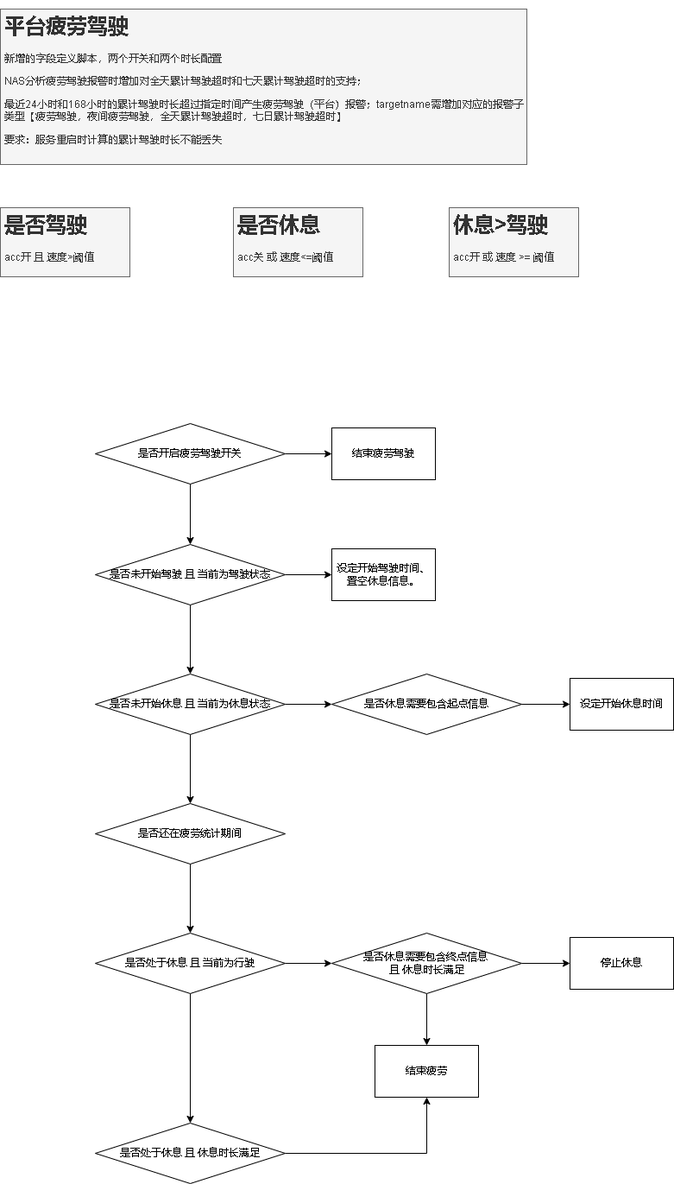
Earlier version of the draw.io export 平台疲劳驾驶.drawio.png (xktder/draw). Source tidied: cells renumbered, new cells last; positions are measured from the earlier drawing's top-left corner, leaving out a move shared by most shapes.
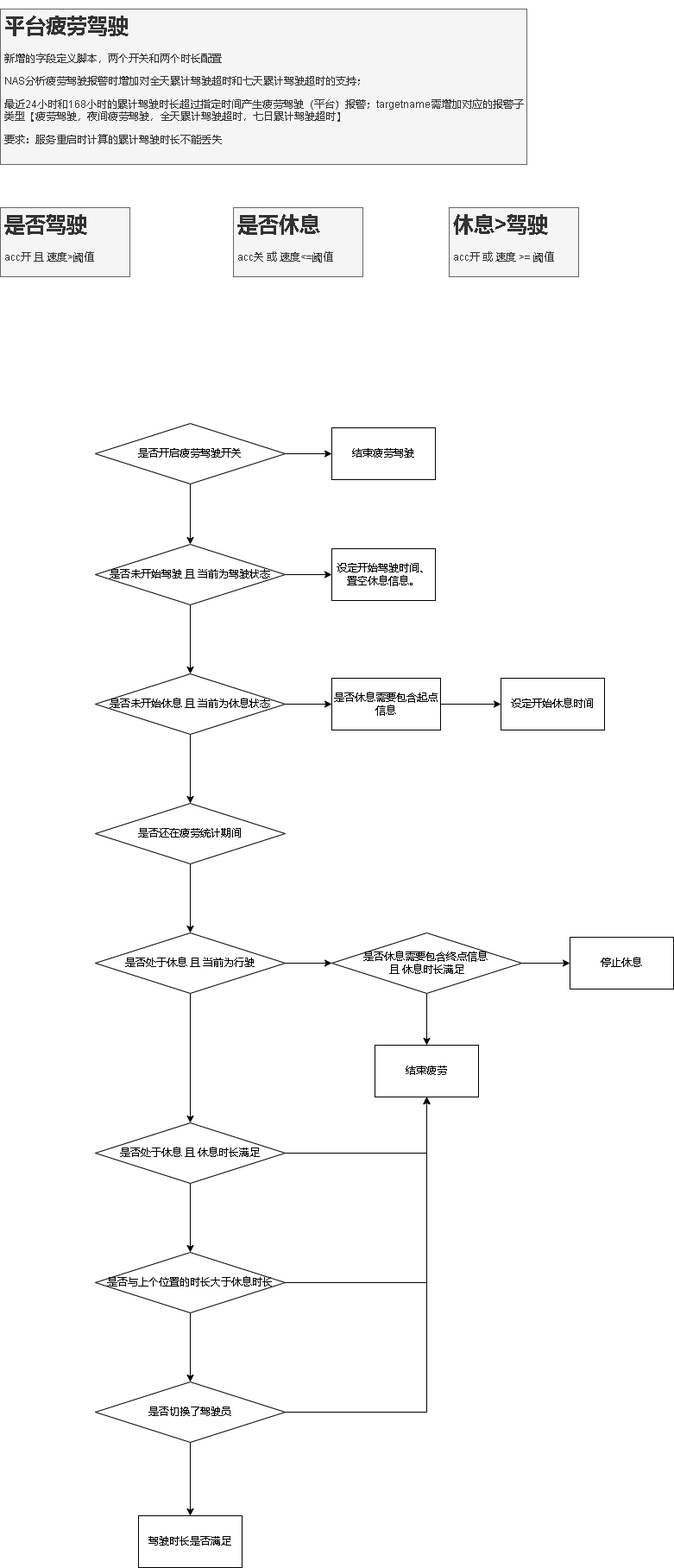
Above is the later version.

Commit message:
更新平台疲劳驾驶.drawio.png

The edit, as a diff of the source:
```diff
@@ -50,11 +50,11 @@
     <mxCell id="17" style="edgeStyle=orthogonalEdgeStyle;rounded=0;jettySize=auto;html=1;" parent="1" edge="1" source="18" target="19">
       <mxGeometry relative="1" as="geometry" />
     </mxCell>
-    <mxCell id="18" value="是否休息需要包含起点信息" style="rhombus;whiteSpace=wrap;html=1;" parent="1" vertex="1">
-      <mxGeometry x="384" y="770" width="220" height="70" as="geometry" />
+    <mxCell id="18" value="是否休息需要包含起点信息" style="rounded=0;whiteSpace=wrap;html=1;fontFamily=Helvetica;fontSize=12;fontColor=default;align=center;strokeColor=default;fillColor=default;" parent="1" vertex="1">
+      <mxGeometry x="384" y="775" width="126" height="60" as="geometry" />
     </mxCell>
     <mxCell id="19" value="设定开始休息时间" style="whiteSpace=wrap;html=1;" parent="1" vertex="1">
-      <mxGeometry x="660" y="775" width="120" height="60" as="geometry" />
+      <mxGeometry x="580" y="775" width="120" height="60" as="geometry" />
     </mxCell>
     <mxCell id="20" style="edgeStyle=orthogonalEdgeStyle;rounded=0;jettySize=auto;html=1;" parent="1" edge="1" source="21" target="24">
       <mxGeometry relative="1" as="geometry" />
@@ -89,8 +89,32 @@
     <mxCell id="30" style="edgeStyle=orthogonalEdgeStyle;rounded=0;jettySize=auto;html=1;entryX=0.5;entryY=1;entryDx=0;entryDy=0;" parent="1" edge="1" source="31" target="28">
       <mxGeometry relative="1" as="geometry" />
     </mxCell>
+    <mxCell id="32" style="edgeStyle=orthogonalEdgeStyle;rounded=0;jettySize=auto;html=1;" parent="1" edge="1" source="31" target="35">
+      <mxGeometry relative="1" as="geometry" />
+    </mxCell>
     <mxCell id="31" value="是否处于休息 且 休息时长满足" style="rhombus;whiteSpace=wrap;html=1;" parent="1" vertex="1">
       <mxGeometry x="110" y="1290" width="220" height="70" as="geometry" />
     </mxCell>
+    <mxCell id="33" style="edgeStyle=orthogonalEdgeStyle;rounded=0;jettySize=auto;html=1;entryX=0.5;entryY=1;entryDx=0;entryDy=0;" parent="1" edge="1" source="35" target="28">
+      <mxGeometry relative="1" as="geometry" />
+    </mxCell>
+    <mxCell id="34" style="edgeStyle=orthogonalEdgeStyle;rounded=0;jettySize=auto;html=1;" parent="1" edge="1" source="35" target="38">
+      <mxGeometry relative="1" as="geometry" />
+    </mxCell>
+    <mxCell id="35" value="是否与上个位置的时长大于休息时长" style="rhombus;whiteSpace=wrap;html=1;" parent="1" vertex="1">
+      <mxGeometry x="110" y="1440" width="220" height="70" as="geometry" />
+    </mxCell>
+    <mxCell id="36" style="edgeStyle=orthogonalEdgeStyle;rounded=0;jettySize=auto;html=1;entryX=0.5;entryY=1;entryDx=0;entryDy=0;" parent="1" edge="1" source="38" target="28">
+      <mxGeometry relative="1" as="geometry" />
+    </mxCell>
+    <mxCell id="37" style="edgeStyle=orthogonalEdgeStyle;rounded=0;jettySize=auto;html=1;" parent="1" edge="1" source="38" target="39">
+      <mxGeometry relative="1" as="geometry" />
+    </mxCell>
+    <mxCell id="38" value="是否切换了驾驶员" style="rhombus;whiteSpace=wrap;html=1;" parent="1" vertex="1">
+      <mxGeometry x="110" y="1590" width="220" height="70" as="geometry" />
+    </mxCell>
+    <mxCell id="39" value="驾驶时长是否满足" style="whiteSpace=wrap;html=1;" parent="1" vertex="1">
+      <mxGeometry x="160" y="1745" width="120" height="60" as="geometry" />
+    </mxCell>
   </root>
 </mxGraphModel>
```
